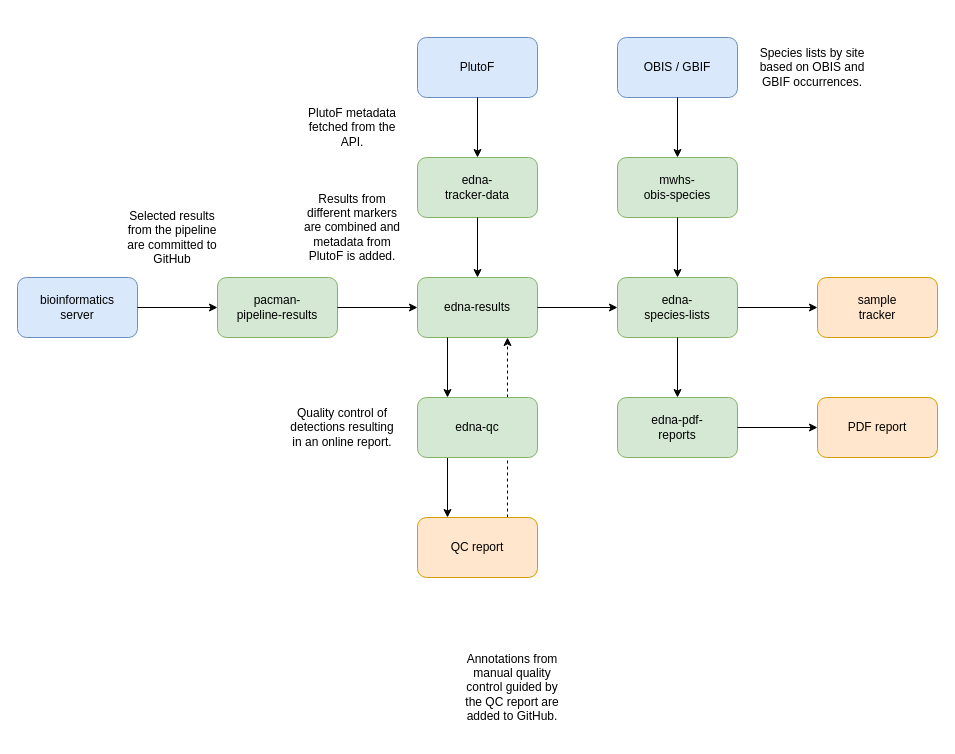
Earlier version of the draw.io diagram data_flow.drawio (iobis/edna-expeditions). Source tidied: cells renumbered, new cells numbered last; positions are measured from the earlier drawing's top-left corner, leaving out a move shared by most shapes. Both pictures are drawn from the tidied source at 100%, with x=0, y=0 at pixel (17, 17).
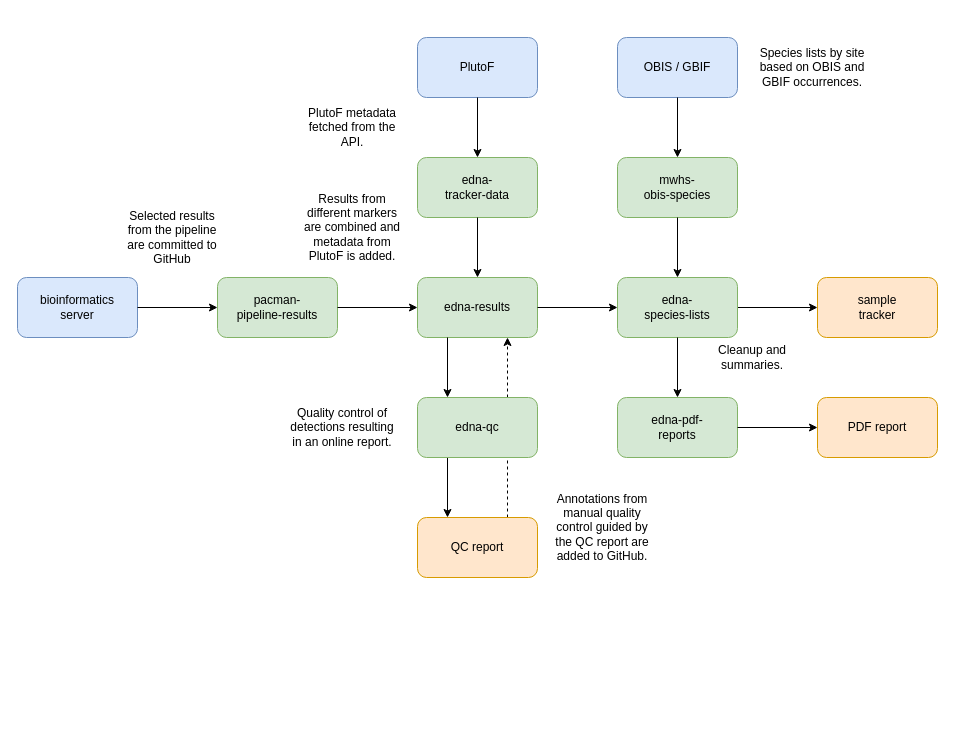
The same diagram, later.

Diff of the diagram source:
```diff
@@
     <mxCell id="28" value="Annotations from manual quality control guided by the QC report are added to GitHub." style="text;html=1;strokeColor=none;fillColor=none;align=center;verticalAlign=middle;whiteSpace=wrap;rounded=0;" parent="1" vertex="1">
-      <mxGeometry x="440" y="620" width="110" height="100" as="geometry" />
+      <mxGeometry x="530" y="460" width="110" height="100" as="geometry" />
     </mxCell>
@@
+    <mxCell id="34" value="Cleanup and&lt;br&gt;summaries." style="text;html=1;strokeColor=none;fillColor=none;align=center;verticalAlign=middle;whiteSpace=wrap;rounded=0;" parent="1" vertex="1">
+      <mxGeometry x="680" y="310" width="110" height="60" as="geometry" />
+    </mxCell>
```
